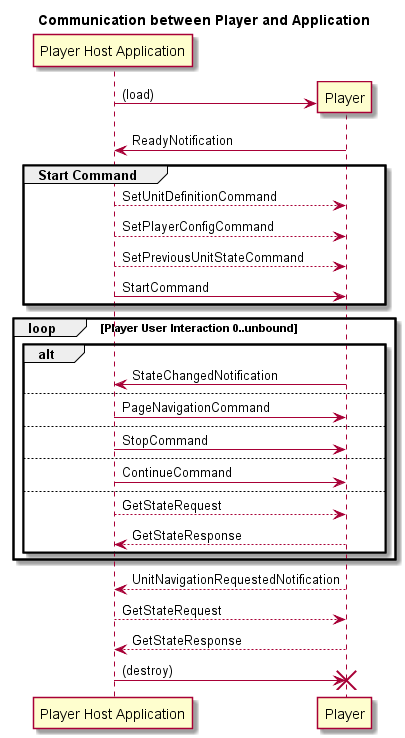
This is model/png/interfaceModel.png from verona-interfaces/player, a PlantUML export, as it was before one commit. The source it was exported from:
```plantuml
@startuml
title Communication between Player and Application
participant "Player Host Application" as app

create Player
app -> Player: (load)
Player -> app: ReadyNotification

group Start Command
    app --> Player: SetUnitDefinitionCommand
    app --> Player: SetPlayerConfigCommand
    app --> Player: SetPreviousUnitStateCommand

    app -> Player: StartCommand
end

loop Player User Interaction 0..unbound
    alt
        Player -> app: StateChangedNotification
    else
        app -> Player: PageNavigationCommand
    else
        app -> Player: StopCommand
    else
        app -> Player: ContinueCommand
    else
        app --> Player: GetStateRequest
        Player --> app: GetStateResponse
    end
end

Player --> app: UnitNavigationRequestedNotification
app --> Player: GetStateRequest
Player --> app: GetStateResponse

app -> Player: (destroy)
destroy Player

@enduml
```
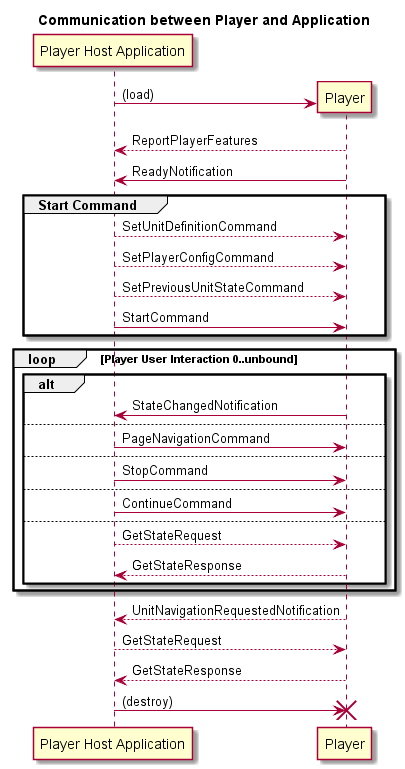
After the commit.

Commit message:
review of model and pages

Change to the diagram source:
```diff
@@ -4,6 +4,7 @@
 
 create Player
 app -> Player: (load)
+Player --> app: ReportPlayerFeatures
 Player -> app: ReadyNotification
 
 group Start Command
```
